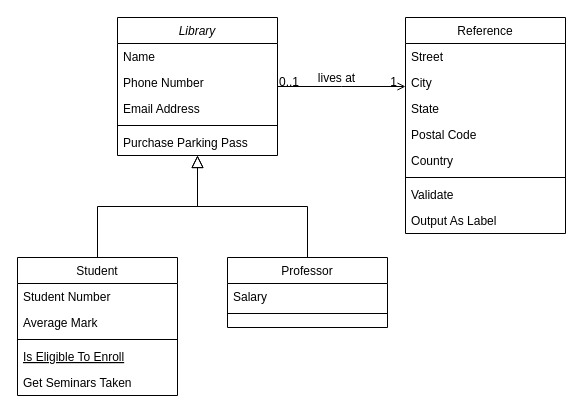
Before: doc/UML.drawio in zezosarg/bibliography-manager, a draw.io diagram. Source tidied: cells renumbered, new cells numbered last; positions are measured from the earlier drawing's top-left corner, leaving out a move shared by most shapes. Both pictures are drawn from the tidied source at 100%, with x=0, y=0 at pixel (17, 17).
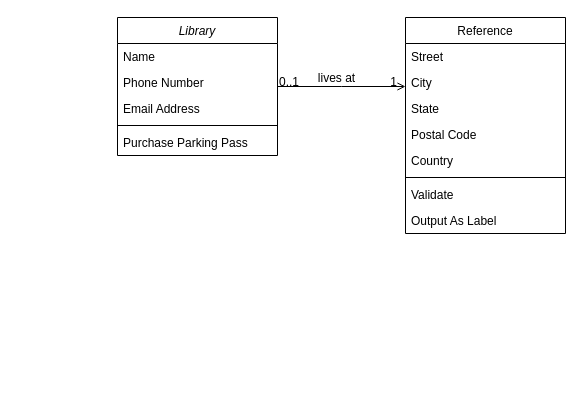
The same page after the edit.

The change refers to these unchanged cells:
```xml
<mxCell id="2" value="Library" style="swimlane;fontStyle=2;align=center;verticalAlign=top;horizontal=1;startSize=26;rounded=0;shadow=0;strokeWidth=1;" parent="1" vertex="1">
  <mxGeometry x="100" width="160" height="138" as="geometry" />
</mxCell>
```

Change to the diagram source:
```diff
@@
-    <mxCell id="8" value="Student" style="swimlane;fontStyle=0;align=center;verticalAlign=top;horizontal=1;startSize=26;rounded=0;shadow=0;strokeWidth=1;" parent="1" vertex="1">
-      <mxGeometry y="240" width="160" height="138" as="geometry" />
-    </mxCell>
-    <mxCell id="9" value="Student Number" style="text;align=left;verticalAlign=top;spacingLeft=4;spacingRight=4;overflow=hidden;" parent="8" vertex="1">
-      <mxGeometry y="26" width="160" height="26" as="geometry" />
-    </mxCell>
-    <mxCell id="10" value="Average Mark" style="text;align=left;verticalAlign=top;spacingLeft=4;spacingRight=4;overflow=hidden;rounded=0;shadow=0;html=0;" parent="8" vertex="1">
-      <mxGeometry y="52" width="160" height="26" as="geometry" />
-    </mxCell>
-    <mxCell id="11" style="line;html=1;strokeWidth=1;align=left;verticalAlign=middle;spacingTop=-1;spacingLeft=3;spacingRight=3;labelPosition=right;" parent="8" vertex="1">
-      <mxGeometry y="78" width="160" height="8" as="geometry" />
-    </mxCell>
-    <mxCell id="12" value="Is Eligible To Enroll" style="text;align=left;verticalAlign=top;spacingLeft=4;spacingRight=4;overflow=hidden;fontStyle=4;" parent="8" vertex="1">
-      <mxGeometry y="86" width="160" height="26" as="geometry" />
-    </mxCell>
-    <mxCell id="13" value="Get Seminars Taken" style="text;align=left;verticalAlign=top;spacingLeft=4;spacingRight=4;overflow=hidden;" parent="8" vertex="1">
-      <mxGeometry y="112" width="160" height="26" as="geometry" />
-    </mxCell>
-    <mxCell id="14" style="endArrow=block;endSize=10;endFill=0;shadow=0;strokeWidth=1;rounded=0;curved=0;edgeStyle=elbowEdgeStyle;elbow=vertical;" parent="1" edge="1" source="8" target="2">
-      <mxGeometry relative="1" as="geometry" />
-    </mxCell>
-    <mxCell id="15" value="Professor" style="swimlane;fontStyle=0;align=center;verticalAlign=top;horizontal=1;startSize=26;rounded=0;shadow=0;strokeWidth=1;" parent="1" vertex="1">
-      <mxGeometry x="210" y="240" width="160" height="70" as="geometry" />
-    </mxCell>
-    <mxCell id="16" value="Salary" style="text;align=left;verticalAlign=top;spacingLeft=4;spacingRight=4;overflow=hidden;" parent="15" vertex="1">
-      <mxGeometry y="26" width="160" height="26" as="geometry" />
-    </mxCell>
-    <mxCell id="17" style="line;html=1;strokeWidth=1;align=left;verticalAlign=middle;spacingTop=-1;spacingLeft=3;spacingRight=3;labelPosition=right;" parent="15" vertex="1">
-      <mxGeometry y="52" width="160" height="8" as="geometry" />
-    </mxCell>
-    <mxCell id="18" style="endArrow=block;endSize=10;endFill=0;shadow=0;strokeWidth=1;rounded=0;curved=0;edgeStyle=elbowEdgeStyle;elbow=vertical;" parent="1" edge="1" source="15" target="2">
-      <mxGeometry relative="1" as="geometry" />
-    </mxCell>
```
